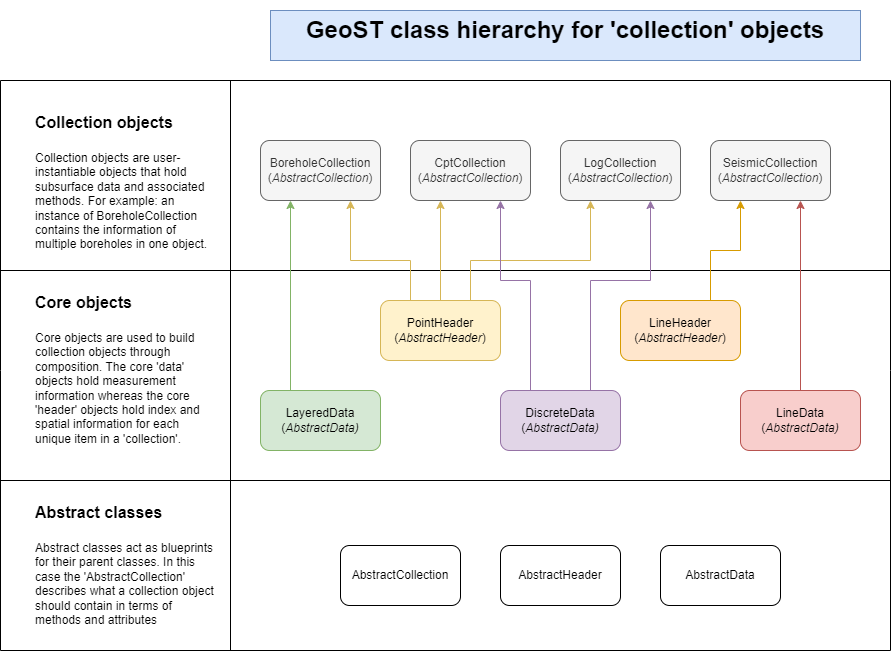
Deltares-research/geost keeps this draw.io diagram as docs/_static/object_hierarchy.png. Above is the earlier version. Source tidied: cells renumbered, new cells last; positions are measured from the earlier drawing's top-left corner, leaving out a move shared by most shapes. Source of this version:
```xml
<mxGraphModel>
  <root>
    <mxCell id="0" />
    <mxCell id="1" parent="0" />
    <mxCell id="2" value="&lt;h1&gt;GeoST class hierarchy for 'collection' objects&lt;/h1&gt;&lt;p&gt;&lt;br&gt;&lt;/p&gt;" style="text;html=1;strokeColor=#6c8ebf;fillColor=#dae8fc;spacing=5;spacingTop=-20;whiteSpace=wrap;overflow=hidden;rounded=0;gradientColor=none;align=center;verticalAlign=top;" parent="1" vertex="1">
      <mxGeometry x="270" width="590" height="50" as="geometry" />
    </mxCell>
    <mxCell id="3" value="&lt;h1&gt;&lt;font style=&quot;font-size: 16px;&quot;&gt;Collection objects&lt;/font&gt;&lt;/h1&gt;&lt;p&gt;Collection objects are user-instantiable objects that hold subsurface data and associated methods. For example: an instance of BoreholeCollection contains the information of multiple boreholes in one object.&lt;/p&gt;" style="text;html=1;strokeColor=none;fillColor=none;spacing=5;spacingTop=-20;whiteSpace=wrap;overflow=hidden;rounded=0;" parent="1" vertex="1">
      <mxGeometry x="30" y="90" width="190" height="150" as="geometry" />
    </mxCell>
    <mxCell id="4" value="&lt;h1&gt;&lt;font style=&quot;font-size: 16px;&quot;&gt;Core objects&lt;/font&gt;&lt;/h1&gt;&lt;p&gt;Core objects are used to build collection objects through composition. The core 'data' objects hold measurement information whereas the core 'header' objects hold index and spatial information for each unique item in a 'collection'.&lt;/p&gt;" style="text;html=1;strokeColor=none;fillColor=none;spacing=5;spacingTop=-20;whiteSpace=wrap;overflow=hidden;rounded=0;" parent="1" vertex="1">
      <mxGeometry x="30" y="270" width="190" height="170" as="geometry" />
    </mxCell>
    <mxCell id="5" style="endArrow=none;html=1;rounded=0;" parent="1" edge="1">
      <mxGeometry relative="1" as="geometry">
        <mxPoint y="260" as="sourcePoint" />
        <mxPoint x="890" y="260" as="targetPoint" />
      </mxGeometry>
    </mxCell>
    <mxCell id="6" style="endArrow=none;html=1;rounded=0;" parent="1" edge="1">
      <mxGeometry relative="1" as="geometry">
        <mxPoint x="230" y="640" as="sourcePoint" />
        <mxPoint x="230" y="70" as="targetPoint" />
      </mxGeometry>
    </mxCell>
    <mxCell id="7" value="BoreholeCollection&lt;br&gt;(&lt;i&gt;AbstractCollection&lt;/i&gt;)" style="rounded=1;whiteSpace=wrap;html=1;fillColor=#f5f5f5;fontColor=#333333;strokeColor=#666666;" parent="1" vertex="1">
      <mxGeometry x="260" y="130" width="120" height="60" as="geometry" />
    </mxCell>
    <mxCell id="8" value="LogCollection&lt;br&gt;(&lt;i style=&quot;border-color: var(--border-color);&quot;&gt;AbstractCollection&lt;/i&gt;)" style="rounded=1;whiteSpace=wrap;html=1;fillColor=#f5f5f5;fontColor=#333333;strokeColor=#666666;" parent="1" vertex="1">
      <mxGeometry x="560" y="130" width="120" height="60" as="geometry" />
    </mxCell>
    <mxCell id="9" value="CptCollection&lt;br&gt;(&lt;i style=&quot;border-color: var(--border-color);&quot;&gt;AbstractCollection&lt;/i&gt;)" style="rounded=1;whiteSpace=wrap;html=1;fillColor=#f5f5f5;fontColor=#333333;strokeColor=#666666;" parent="1" vertex="1">
      <mxGeometry x="410" y="130" width="120" height="60" as="geometry" />
    </mxCell>
    <mxCell id="10" value="SeismicCollection&lt;br&gt;(&lt;i style=&quot;border-color: var(--border-color);&quot;&gt;AbstractCollection&lt;/i&gt;)" style="rounded=1;whiteSpace=wrap;html=1;fillColor=#f5f5f5;fontColor=#333333;strokeColor=#666666;" parent="1" vertex="1">
      <mxGeometry x="710" y="130" width="120" height="60" as="geometry" />
    </mxCell>
    <mxCell id="11" style="endArrow=none;html=1;rounded=0;" parent="1" edge="1">
      <mxGeometry relative="1" as="geometry">
        <mxPoint y="470" as="sourcePoint" />
        <mxPoint x="890" y="470" as="targetPoint" />
      </mxGeometry>
    </mxCell>
    <mxCell id="12" style="edgeStyle=orthogonalEdgeStyle;rounded=0;jettySize=auto;html=1;exitX=0.75;exitY=0;exitDx=0;exitDy=0;entryX=0.25;entryY=1;entryDx=0;entryDy=0;fillColor=#ffe6cc;strokeColor=#d79b00;" parent="1" edge="1" source="13" target="10">
      <mxGeometry relative="1" as="geometry" />
    </mxCell>
    <mxCell id="13" value="LineHeader&lt;br&gt;(&lt;i style=&quot;border-color: var(--border-color);&quot;&gt;AbstractHeader&lt;/i&gt;)" style="rounded=1;whiteSpace=wrap;html=1;fillColor=#ffe6cc;strokeColor=#d79b00;" parent="1" vertex="1">
      <mxGeometry x="620" y="290" width="120" height="60" as="geometry" />
    </mxCell>
    <mxCell id="14" style="edgeStyle=orthogonalEdgeStyle;rounded=0;jettySize=auto;html=1;exitX=0.25;exitY=0;exitDx=0;exitDy=0;entryX=0.75;entryY=1;entryDx=0;entryDy=0;fontColor=#000000;strokeColor=#d6b656;fillColor=#fff2cc;" parent="1" edge="1" source="17" target="7">
      <mxGeometry relative="1" as="geometry">
        <Array as="points">
          <mxPoint x="410" y="250" />
          <mxPoint x="350" y="250" />
        </Array>
      </mxGeometry>
    </mxCell>
    <mxCell id="15" style="edgeStyle=orthogonalEdgeStyle;rounded=0;jettySize=auto;html=1;exitX=0.5;exitY=0;exitDx=0;exitDy=0;entryX=0.25;entryY=1;entryDx=0;entryDy=0;fontColor=#FFD966;fillColor=#fff2cc;strokeColor=#d6b656;" parent="1" edge="1" source="17" target="9">
      <mxGeometry relative="1" as="geometry" />
    </mxCell>
    <mxCell id="16" style="edgeStyle=orthogonalEdgeStyle;rounded=0;jettySize=auto;html=1;exitX=0.75;exitY=0;exitDx=0;exitDy=0;entryX=0.25;entryY=1;entryDx=0;entryDy=0;fontColor=#FFD966;fillColor=#fff2cc;strokeColor=#d6b656;" parent="1" edge="1" source="17" target="8">
      <mxGeometry relative="1" as="geometry">
        <Array as="points">
          <mxPoint x="470" y="250" />
          <mxPoint x="590" y="250" />
        </Array>
      </mxGeometry>
    </mxCell>
    <mxCell id="17" value="PointHeader&lt;br&gt;(&lt;i&gt;AbstractHeader&lt;/i&gt;)" style="rounded=1;whiteSpace=wrap;html=1;fillColor=#fff2cc;strokeColor=#d6b656;" parent="1" vertex="1">
      <mxGeometry x="380" y="290" width="120" height="60" as="geometry" />
    </mxCell>
    <mxCell id="18" style="edgeStyle=orthogonalEdgeStyle;rounded=0;jettySize=auto;html=1;exitX=0.25;exitY=0;exitDx=0;exitDy=0;entryX=0.25;entryY=1;entryDx=0;entryDy=0;fillColor=#d5e8d4;strokeColor=#82b366;" parent="1" edge="1" source="19" target="7">
      <mxGeometry relative="1" as="geometry" />
    </mxCell>
    <mxCell id="19" value="LayeredData&lt;br&gt;(&lt;i style=&quot;border-color: var(--border-color);&quot;&gt;AbstractData)&lt;/i&gt;" style="rounded=1;whiteSpace=wrap;html=1;fillColor=#d5e8d4;strokeColor=#82b366;" parent="1" vertex="1">
      <mxGeometry x="260" y="380" width="120" height="60" as="geometry" />
    </mxCell>
    <mxCell id="20" style="edgeStyle=orthogonalEdgeStyle;rounded=0;jettySize=auto;html=1;exitX=0.25;exitY=0;exitDx=0;exitDy=0;entryX=0.75;entryY=1;entryDx=0;entryDy=0;fillColor=#e1d5e7;strokeColor=#9673a6;" parent="1" edge="1" source="22" target="9">
      <mxGeometry relative="1" as="geometry">
        <Array as="points">
          <mxPoint x="530" y="270" />
          <mxPoint x="500" y="270" />
        </Array>
      </mxGeometry>
    </mxCell>
    <mxCell id="21" style="edgeStyle=orthogonalEdgeStyle;rounded=0;jettySize=auto;html=1;exitX=0.75;exitY=0;exitDx=0;exitDy=0;entryX=0.75;entryY=1;entryDx=0;entryDy=0;fillColor=#e1d5e7;strokeColor=#9673a6;" parent="1" edge="1" source="22" target="8">
      <mxGeometry relative="1" as="geometry">
        <Array as="points">
          <mxPoint x="590" y="270" />
          <mxPoint x="650" y="270" />
        </Array>
      </mxGeometry>
    </mxCell>
    <mxCell id="22" value="DiscreteData&lt;br&gt;(&lt;i style=&quot;border-color: var(--border-color);&quot;&gt;AbstractData)&lt;/i&gt;" style="rounded=1;whiteSpace=wrap;html=1;fillColor=#e1d5e7;strokeColor=#9673a6;" parent="1" vertex="1">
      <mxGeometry x="500" y="380" width="120" height="60" as="geometry" />
    </mxCell>
    <mxCell id="23" style="edgeStyle=orthogonalEdgeStyle;rounded=0;jettySize=auto;html=1;exitX=0.5;exitY=0;exitDx=0;exitDy=0;entryX=0.75;entryY=1;entryDx=0;entryDy=0;fillColor=#f8cecc;strokeColor=#b85450;" parent="1" edge="1" source="24" target="10">
      <mxGeometry relative="1" as="geometry" />
    </mxCell>
    <mxCell id="24" value="LineData&lt;br&gt;(&lt;i style=&quot;border-color: var(--border-color);&quot;&gt;AbstractData)&lt;/i&gt;" style="rounded=1;whiteSpace=wrap;html=1;fillColor=#f8cecc;strokeColor=#b85450;" parent="1" vertex="1">
      <mxGeometry x="740" y="380" width="120" height="60" as="geometry" />
    </mxCell>
    <mxCell id="25" value="&lt;h1&gt;&lt;font style=&quot;font-size: 16px;&quot;&gt;Abstract classes&lt;/font&gt;&lt;/h1&gt;&lt;p&gt;Abstract classes act as blueprints for their parent classes. In this case the 'AbstractCollection' describes what a collection object should contain in terms of&amp;nbsp; methods and attributes&lt;/p&gt;" style="text;html=1;strokeColor=none;fillColor=none;spacing=5;spacingTop=-20;whiteSpace=wrap;overflow=hidden;rounded=0;" parent="1" vertex="1">
      <mxGeometry x="30" y="480" width="190" height="170" as="geometry" />
    </mxCell>
    <mxCell id="26" value="AbstractCollection" style="rounded=1;whiteSpace=wrap;html=1;" parent="1" vertex="1">
      <mxGeometry x="340" y="535" width="120" height="60" as="geometry" />
    </mxCell>
    <mxCell id="27" value="AbstractHeader" style="rounded=1;whiteSpace=wrap;html=1;" parent="1" vertex="1">
      <mxGeometry x="500" y="535" width="120" height="60" as="geometry" />
    </mxCell>
    <mxCell id="28" value="AbstractData" style="rounded=1;whiteSpace=wrap;html=1;" parent="1" vertex="1">
      <mxGeometry x="660" y="535" width="120" height="60" as="geometry" />
    </mxCell>
    <mxCell id="29" style="endArrow=none;html=1;rounded=0;" parent="1" edge="1">
      <mxGeometry relative="1" as="geometry">
        <mxPoint y="70" as="sourcePoint" />
        <mxPoint x="890" y="70" as="targetPoint" />
      </mxGeometry>
    </mxCell>
    <mxCell id="30" style="endArrow=none;html=1;rounded=0;" parent="1" edge="1">
      <mxGeometry relative="1" as="geometry">
        <mxPoint y="640" as="sourcePoint" />
        <mxPoint x="890" y="640" as="targetPoint" />
      </mxGeometry>
    </mxCell>
    <mxCell id="31" style="endArrow=none;html=1;rounded=0;" parent="1" edge="1">
      <mxGeometry relative="1" as="geometry">
        <mxPoint x="890" y="640" as="sourcePoint" />
        <mxPoint x="890" y="70" as="targetPoint" />
        <Array as="points">
          <mxPoint x="890" y="360" />
        </Array>
      </mxGeometry>
    </mxCell>
    <mxCell id="32" style="endArrow=none;html=1;rounded=0;" parent="1" edge="1">
      <mxGeometry relative="1" as="geometry">
        <mxPoint y="640" as="sourcePoint" />
        <mxPoint y="70" as="targetPoint" />
        <Array as="points">
          <mxPoint y="360" />
        </Array>
      </mxGeometry>
    </mxCell>
  </root>
</mxGraphModel>
```
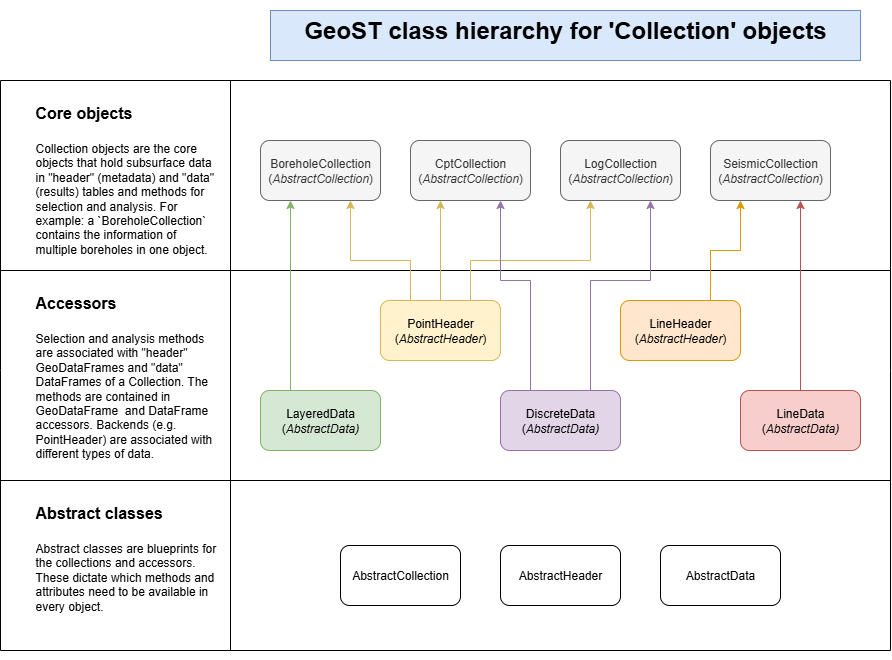
After the change.

Commit message:
Finish accessor section to the user guide; update geost object hierarchy figure

What changed in the source:
```diff
@@ -2,14 +2,14 @@
   <root>
     <mxCell id="0" />
     <mxCell id="1" parent="0" />
-    <mxCell id="2" value="&lt;h1&gt;GeoST class hierarchy for 'collection' objects&lt;/h1&gt;&lt;p&gt;&lt;br&gt;&lt;/p&gt;" style="text;html=1;strokeColor=#6c8ebf;fillColor=#dae8fc;spacing=5;spacingTop=-20;whiteSpace=wrap;overflow=hidden;rounded=0;gradientColor=none;align=center;verticalAlign=top;" parent="1" vertex="1">
+    <mxCell id="2" value="&lt;h1&gt;GeoST class hierarchy for 'Collection' objects&lt;/h1&gt;&lt;p&gt;&lt;br&gt;&lt;/p&gt;" style="text;html=1;strokeColor=#6c8ebf;fillColor=#dae8fc;spacing=5;spacingTop=-20;whiteSpace=wrap;overflow=hidden;rounded=0;gradientColor=none;align=center;verticalAlign=top;" parent="1" vertex="1">
       <mxGeometry x="270" width="590" height="50" as="geometry" />
     </mxCell>
-    <mxCell id="3" value="&lt;h1&gt;&lt;font style=&quot;font-size: 16px;&quot;&gt;Collection objects&lt;/font&gt;&lt;/h1&gt;&lt;p&gt;Collection objects are user-instantiable objects that hold subsurface data and associated methods. For example: an instance of BoreholeCollection contains the information of multiple boreholes in one object.&lt;/p&gt;" style="text;html=1;strokeColor=none;fillColor=none;spacing=5;spacingTop=-20;whiteSpace=wrap;overflow=hidden;rounded=0;" parent="1" vertex="1">
-      <mxGeometry x="30" y="90" width="190" height="150" as="geometry" />
+    <mxCell id="3" value="&lt;h1&gt;&lt;font style=&quot;font-size: 16px;&quot;&gt;Core objects&lt;/font&gt;&lt;/h1&gt;&lt;p&gt;Collection objects are the core objects that hold subsurface data in &quot;header&quot; (metadata) and &quot;data&quot; (results) tables and methods for selection and analysis. For example: a `BoreholeCollection` contains the information of multiple boreholes in one object.&lt;/p&gt;" style="text;html=1;strokeColor=none;fillColor=none;spacing=5;spacingTop=-20;whiteSpace=wrap;overflow=hidden;rounded=0;" parent="1" vertex="1">
+      <mxGeometry x="30" y="80" width="190" height="170" as="geometry" />
     </mxCell>
-    <mxCell id="4" value="&lt;h1&gt;&lt;font style=&quot;font-size: 16px;&quot;&gt;Core objects&lt;/font&gt;&lt;/h1&gt;&lt;p&gt;Core objects are used to build collection objects through composition. The core 'data' objects hold measurement information whereas the core 'header' objects hold index and spatial information for each unique item in a 'collection'.&lt;/p&gt;" style="text;html=1;strokeColor=none;fillColor=none;spacing=5;spacingTop=-20;whiteSpace=wrap;overflow=hidden;rounded=0;" parent="1" vertex="1">
-      <mxGeometry x="30" y="270" width="190" height="170" as="geometry" />
+    <mxCell id="4" value="&lt;h1&gt;&lt;font style=&quot;font-size: 16px;&quot;&gt;Accessors&lt;/font&gt;&lt;/h1&gt;&lt;p&gt;Selection and analysis methods are associated with &quot;header&quot; GeoDataFrames and &quot;data&quot; DataFrames of a Collection. The methods are contained in GeoDataFrame&amp;nbsp; and DataFrame accessors. Backends (e.g. PointHeader) are associated with different types of data.&lt;/p&gt;" style="text;html=1;strokeColor=none;fillColor=none;spacing=5;spacingTop=-20;whiteSpace=wrap;overflow=hidden;rounded=0;" parent="1" vertex="1">
+      <mxGeometry x="30" y="270" width="190" height="180" as="geometry" />
     </mxCell>
     <mxCell id="5" style="endArrow=none;html=1;rounded=0;" parent="1" edge="1">
       <mxGeometry relative="1" as="geometry">
@@ -100,7 +100,7 @@
     <mxCell id="24" value="LineData&lt;br&gt;(&lt;i style=&quot;border-color: var(--border-color);&quot;&gt;AbstractData)&lt;/i&gt;" style="rounded=1;whiteSpace=wrap;html=1;fillColor=#f8cecc;strokeColor=#b85450;" parent="1" vertex="1">
       <mxGeometry x="740" y="380" width="120" height="60" as="geometry" />
     </mxCell>
-    <mxCell id="25" value="&lt;h1&gt;&lt;font style=&quot;font-size: 16px;&quot;&gt;Abstract classes&lt;/font&gt;&lt;/h1&gt;&lt;p&gt;Abstract classes act as blueprints for their parent classes. In this case the 'AbstractCollection' describes what a collection object should contain in terms of&amp;nbsp; methods and attributes&lt;/p&gt;" style="text;html=1;strokeColor=none;fillColor=none;spacing=5;spacingTop=-20;whiteSpace=wrap;overflow=hidden;rounded=0;" parent="1" vertex="1">
+    <mxCell id="25" value="&lt;h1&gt;&lt;font style=&quot;font-size: 16px;&quot;&gt;Abstract classes&lt;/font&gt;&lt;/h1&gt;&lt;p&gt;Abstract classes are blueprints for the collections and accessors. These dictate which methods and attributes need to be available in every object.&lt;/p&gt;" style="text;html=1;strokeColor=none;fillColor=none;spacing=5;spacingTop=-20;whiteSpace=wrap;overflow=hidden;rounded=0;" parent="1" vertex="1">
       <mxGeometry x="30" y="480" width="190" height="170" as="geometry" />
     </mxCell>
     <mxCell id="26" value="AbstractCollection" style="rounded=1;whiteSpace=wrap;html=1;" parent="1" vertex="1">
```
